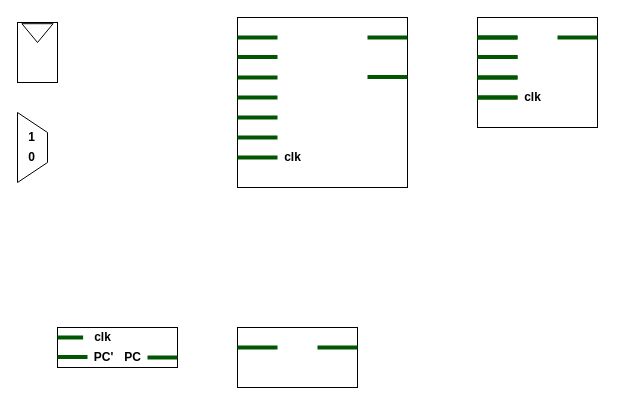
AnaMaghradze/CE475_Microprocessors keeps this draw.io diagram as single-cycle-arm-microprocessor.drawio. Above is the earlier version. Source tidied: cells renumbered, new cells numbered last; positions are measured from the earlier drawing's top-left corner, leaving out a move shared by most shapes. Both pictures are drawn from the tidied source at 100%, with x=0, y=0 at pixel (-3, 17).
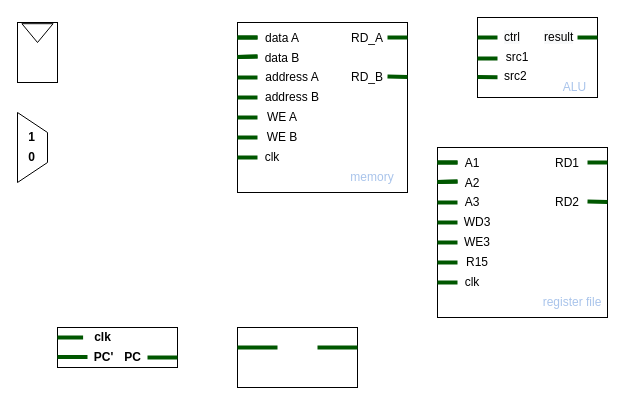
The same page after the edit.

The edit, as a diff of the source:
```diff
@@
     <mxCell id="4" style="whiteSpace=wrap;html=1;" parent="1" vertex="1">
-      <mxGeometry x="240" width="170" height="170" as="geometry" />
+      <mxGeometry x="240" y="5" width="170" height="170" as="geometry" />
     </mxCell>
     <mxCell id="5" style="endArrow=none;html=1;shadow=0;strokeColor=#005700;fillColor=#008A00;strokeWidth=4;" parent="1" edge="1">
       <mxGeometry relative="1" as="geometry">
         <mxPoint x="240" y="20.1" as="sourcePoint" />
-        <mxPoint x="280" y="20.1" as="targetPoint" />
+        <mxPoint x="260" y="20" as="targetPoint" />
       </mxGeometry>
     </mxCell>
     <mxCell id="6" style="endArrow=none;html=1;shadow=0;strokeColor=#005700;fillColor=#008A00;strokeWidth=4;" parent="1" edge="1">
       <mxGeometry relative="1" as="geometry">
         <mxPoint x="240" y="39.5" as="sourcePoint" />
-        <mxPoint x="280" y="39.5" as="targetPoint" />
+        <mxPoint x="260" y="39" as="targetPoint" />
       </mxGeometry>
     </mxCell>
-    <mxCell id="7" style="endArrow=none;html=1;shadow=0;strokeColor=#005700;fillColor=#008A00;strokeWidth=4;" parent="1" edge="1">
-      <mxGeometry relative="1" as="geometry">
-        <mxPoint x="240" y="60" as="sourcePoint" />
-        <mxPoint x="280" y="60" as="targetPoint" />
-      </mxGeometry>
-    </mxCell>
-    <mxCell id="8" style="endArrow=none;html=1;shadow=0;strokeColor=#005700;fillColor=#008A00;strokeWidth=4;" parent="1" edge="1">
-      <mxGeometry relative="1" as="geometry">
-        <mxPoint x="240" y="80" as="sourcePoint" />
-        <mxPoint x="280" y="80" as="targetPoint" />
-      </mxGeometry>
-    </mxCell>
-    <mxCell id="9" style="endArrow=none;html=1;shadow=0;strokeColor=#005700;fillColor=#008A00;strokeWidth=4;" parent="1" edge="1">
-      <mxGeometry relative="1" as="geometry">
-        <mxPoint x="240" y="100" as="sourcePoint" />
-        <mxPoint x="280" y="100" as="targetPoint" />
-      </mxGeometry>
-    </mxCell>
-    <mxCell id="10" style="endArrow=none;html=1;shadow=0;strokeColor=#005700;fillColor=#008A00;strokeWidth=4;" parent="1" edge="1">
-      <mxGeometry relative="1" as="geometry">
-        <mxPoint x="240" y="140" as="sourcePoint" />
-        <mxPoint x="280" y="140" as="targetPoint" />
-      </mxGeometry>
-    </mxCell>
-    <mxCell id="11" style="whiteSpace=wrap;html=1;" parent="1" vertex="1">
-      <mxGeometry x="240" width="170" height="170" as="geometry" />
-    </mxCell>
     <mxCell id="12" style="endArrow=none;html=1;shadow=0;strokeColor=#005700;fillColor=#008A00;strokeWidth=4;" parent="1" edge="1">
       <mxGeometry relative="1" as="geometry">
         <mxPoint x="240" y="20.1" as="sourcePoint" />
-        <mxPoint x="280" y="20.1" as="targetPoint" />
+        <mxPoint x="260" y="20" as="targetPoint" />
       </mxGeometry>
     </mxCell>
     <mxCell id="13" style="endArrow=none;html=1;shadow=0;strokeColor=#005700;fillColor=#008A00;strokeWidth=4;" parent="1" edge="1">
       <mxGeometry relative="1" as="geometry">
         <mxPoint x="240" y="39.5" as="sourcePoint" />
-        <mxPoint x="280" y="39.5" as="targetPoint" />
+        <mxPoint x="260" y="39" as="targetPoint" />
       </mxGeometry>
     </mxCell>
     <mxCell id="14" style="endArrow=none;html=1;shadow=0;strokeColor=#005700;fillColor=#008A00;strokeWidth=4;" parent="1" edge="1">
       <mxGeometry relative="1" as="geometry">
         <mxPoint x="240" y="60" as="sourcePoint" />
-        <mxPoint x="280" y="60" as="targetPoint" />
+        <mxPoint x="260" y="60" as="targetPoint" />
       </mxGeometry>
     </mxCell>
     <mxCell id="15" style="endArrow=none;html=1;shadow=0;strokeColor=#005700;fillColor=#008A00;strokeWidth=4;" parent="1" edge="1">
       <mxGeometry relative="1" as="geometry">
         <mxPoint x="240" y="80" as="sourcePoint" />
-        <mxPoint x="280" y="80" as="targetPoint" />
+        <mxPoint x="260" y="80" as="targetPoint" />
       </mxGeometry>
     </mxCell>
     <mxCell id="16" style="endArrow=none;html=1;shadow=0;strokeColor=#005700;fillColor=#008A00;strokeWidth=4;" parent="1" edge="1">
       <mxGeometry relative="1" as="geometry">
         <mxPoint x="240" y="100" as="sourcePoint" />
-        <mxPoint x="280" y="100" as="targetPoint" />
+        <mxPoint x="260" y="100" as="targetPoint" />
       </mxGeometry>
     </mxCell>
     <mxCell id="17" style="endArrow=none;html=1;shadow=0;strokeColor=#005700;fillColor=#008A00;strokeWidth=4;" parent="1" edge="1">
       <mxGeometry relative="1" as="geometry">
         <mxPoint x="240" y="140" as="sourcePoint" />
-        <mxPoint x="280" y="140" as="targetPoint" />
+        <mxPoint x="260" y="140" as="targetPoint" />
       </mxGeometry>
     </mxCell>
-    <mxCell id="18" value="&lt;b&gt;clk&lt;/b&gt;" style="text;html=1;align=center;verticalAlign=middle;fillColor=none;strokeColor=none;rounded=0;" parent="1" vertex="1">
-      <mxGeometry x="280" y="130" width="30" height="20" as="geometry" />
-    </mxCell>
     <mxCell id="19" style="endArrow=none;html=1;shadow=0;strokeColor=#005700;fillColor=#008A00;strokeWidth=4;" parent="1" edge="1">
       <mxGeometry relative="1" as="geometry">
         <mxPoint x="240" y="120" as="sourcePoint" />
-        <mxPoint x="280" y="120" as="targetPoint" />
+        <mxPoint x="260" y="120" as="targetPoint" />
       </mxGeometry>
     </mxCell>
     <mxCell id="20" style="endArrow=none;html=1;shadow=0;strokeColor=#005700;fillColor=#008A00;strokeWidth=4;" parent="1" edge="1">
       <mxGeometry relative="1" as="geometry">
-        <mxPoint x="370" y="20" as="sourcePoint" />
+        <mxPoint x="390" y="20" as="sourcePoint" />
         <mxPoint x="410" y="20" as="targetPoint" />
       </mxGeometry>
     </mxCell>
     <mxCell id="21" style="endArrow=none;html=1;shadow=0;strokeColor=#005700;fillColor=#008A00;strokeWidth=4;" parent="1" edge="1">
       <mxGeometry relative="1" as="geometry">
-        <mxPoint x="370" y="59.5" as="sourcePoint" />
+        <mxPoint x="390" y="59" as="sourcePoint" />
         <mxPoint x="410" y="59.5" as="targetPoint" />
       </mxGeometry>
     </mxCell>
@@
     <mxCell id="25" style="rounded=0;whiteSpace=wrap;html=1;" parent="1" vertex="1">
-      <mxGeometry x="480" width="120" height="110" as="geometry" />
+      <mxGeometry x="480" width="120" height="80" as="geometry" />
     </mxCell>
     <mxCell id="26" style="endArrow=none;html=1;shadow=0;strokeColor=#005700;fillColor=#008A00;strokeWidth=4;" parent="1" edge="1">
       <mxGeometry relative="1" as="geometry">
         <mxPoint x="480" y="20" as="sourcePoint" />
-        <mxPoint x="520" y="20" as="targetPoint" />
+        <mxPoint x="500" y="20" as="targetPoint" />
       </mxGeometry>
     </mxCell>
-    <mxCell id="27" style="endArrow=none;html=1;shadow=0;strokeColor=#005700;fillColor=#008A00;strokeWidth=4;" parent="1" edge="1">
-      <mxGeometry relative="1" as="geometry">
-        <mxPoint x="480" y="39.4" as="sourcePoint" />
-        <mxPoint x="520" y="39.4" as="targetPoint" />
-      </mxGeometry>
-    </mxCell>
     <mxCell id="28" style="endArrow=none;html=1;shadow=0;strokeColor=#005700;fillColor=#008A00;strokeWidth=4;" parent="1" edge="1">
       <mxGeometry relative="1" as="geometry">
-        <mxPoint x="480" y="59.9" as="sourcePoint" />
-        <mxPoint x="520" y="59.9" as="targetPoint" />
+        <mxPoint x="480" y="40.9" as="sourcePoint" />
+        <mxPoint x="500" y="41" as="targetPoint" />
       </mxGeometry>
     </mxCell>
     <mxCell id="29" style="endArrow=none;html=1;shadow=0;strokeColor=#005700;fillColor=#008A00;strokeWidth=4;" parent="1" edge="1">
       <mxGeometry relative="1" as="geometry">
-        <mxPoint x="480" y="79.9" as="sourcePoint" />
-        <mxPoint x="520" y="79.9" as="targetPoint" />
+        <mxPoint x="480" y="59.6" as="sourcePoint" />
+        <mxPoint x="500" y="59.8" as="targetPoint" />
       </mxGeometry>
     </mxCell>
-    <mxCell id="30" style="endArrow=none;html=1;shadow=0;strokeColor=#005700;fillColor=#008A00;strokeWidth=4;" parent="1" edge="1">
-      <mxGeometry relative="1" as="geometry">
-        <mxPoint x="480" y="20" as="sourcePoint" />
-        <mxPoint x="520" y="20" as="targetPoint" />
-      </mxGeometry>
-    </mxCell>
-    <mxCell id="31" style="endArrow=none;html=1;shadow=0;strokeColor=#005700;fillColor=#008A00;strokeWidth=4;" parent="1" edge="1">
-      <mxGeometry relative="1" as="geometry">
-        <mxPoint x="480" y="39.4" as="sourcePoint" />
-        <mxPoint x="520" y="39.4" as="targetPoint" />
-      </mxGeometry>
-    </mxCell>
-    <mxCell id="32" style="endArrow=none;html=1;shadow=0;strokeColor=#005700;fillColor=#008A00;strokeWidth=4;" parent="1" edge="1">
-      <mxGeometry relative="1" as="geometry">
-        <mxPoint x="480" y="59.9" as="sourcePoint" />
-        <mxPoint x="520" y="59.9" as="targetPoint" />
-      </mxGeometry>
-    </mxCell>
-    <mxCell id="33" style="endArrow=none;html=1;shadow=0;strokeColor=#005700;fillColor=#008A00;strokeWidth=4;" parent="1" edge="1">
-      <mxGeometry relative="1" as="geometry">
-        <mxPoint x="480" y="79.9" as="sourcePoint" />
-        <mxPoint x="520" y="79.9" as="targetPoint" />
-      </mxGeometry>
-    </mxCell>
     <mxCell id="34" style="endArrow=none;html=1;shadow=0;strokeColor=#005700;fillColor=#008A00;strokeWidth=4;" parent="1" edge="1">
       <mxGeometry relative="1" as="geometry">
-        <mxPoint x="560" y="20" as="sourcePoint" />
+        <mxPoint x="580" y="20" as="sourcePoint" />
         <mxPoint x="600" y="20" as="targetPoint" />
       </mxGeometry>
     </mxCell>
-    <mxCell id="35" value="&lt;b&gt;clk&lt;/b&gt;" style="text;html=1;align=center;verticalAlign=middle;fillColor=none;strokeColor=none;rounded=0;" parent="1" vertex="1">
-      <mxGeometry x="520" y="70" width="30" height="20" as="geometry" />
-    </mxCell>
@@
+    <mxCell id="46" value="data A" style="text;html=1;strokeColor=none;fillColor=none;align=center;verticalAlign=middle;whiteSpace=wrap;rounded=0;" parent="1" vertex="1">
+      <mxGeometry x="260" y="11.2" width="50" height="20" as="geometry" />
+    </mxCell>
+    <mxCell id="47" value="data B" style="text;html=1;strokeColor=none;fillColor=none;align=center;verticalAlign=middle;whiteSpace=wrap;rounded=0;" parent="1" vertex="1">
+      <mxGeometry x="260" y="31.2" width="50" height="20" as="geometry" />
+    </mxCell>
+    <mxCell id="48" value="address A" style="text;html=1;strokeColor=none;fillColor=none;align=center;verticalAlign=middle;whiteSpace=wrap;rounded=0;" parent="1" vertex="1">
+      <mxGeometry x="260" y="50" width="70" height="20" as="geometry" />
+    </mxCell>
+    <mxCell id="49" value="address B" style="text;html=1;strokeColor=none;fillColor=none;align=center;verticalAlign=middle;whiteSpace=wrap;rounded=0;" parent="1" vertex="1">
+      <mxGeometry x="260" y="70" width="70" height="20" as="geometry" />
+    </mxCell>
+    <mxCell id="50" value="WE A" style="text;html=1;strokeColor=none;fillColor=none;align=center;verticalAlign=middle;whiteSpace=wrap;rounded=0;" parent="1" vertex="1">
+      <mxGeometry x="260" y="90" width="50" height="20" as="geometry" />
+    </mxCell>
+    <mxCell id="51" value="WE B" style="text;html=1;strokeColor=none;fillColor=none;align=center;verticalAlign=middle;whiteSpace=wrap;rounded=0;" parent="1" vertex="1">
+      <mxGeometry x="260" y="110" width="50" height="20" as="geometry" />
+    </mxCell>
+    <mxCell id="52" value="clk" style="text;html=1;strokeColor=none;fillColor=none;align=center;verticalAlign=middle;whiteSpace=wrap;rounded=0;" parent="1" vertex="1">
+      <mxGeometry x="240" y="130" width="70" height="20" as="geometry" />
+    </mxCell>
+    <mxCell id="53" value="RD_A" style="text;html=1;strokeColor=none;fillColor=none;align=center;verticalAlign=middle;whiteSpace=wrap;rounded=0;" parent="1" vertex="1">
+      <mxGeometry x="350" y="11.2" width="40" height="20" as="geometry" />
+    </mxCell>
+    <mxCell id="54" value="RD_B" style="text;html=1;strokeColor=none;fillColor=none;align=center;verticalAlign=middle;whiteSpace=wrap;rounded=0;" parent="1" vertex="1">
+      <mxGeometry x="335" y="50" width="70" height="20" as="geometry" />
+    </mxCell>
+    <mxCell id="55" value="memory" style="text;html=1;strokeColor=none;fillColor=none;align=center;verticalAlign=middle;whiteSpace=wrap;rounded=0;fontColor=#A9C4EB;" parent="1" vertex="1">
+      <mxGeometry x="340" y="150" width="70" height="20" as="geometry" />
+    </mxCell>
+    <mxCell id="56" style="whiteSpace=wrap;html=1;" parent="1" vertex="1">
+      <mxGeometry x="440" y="130" width="170" height="170" as="geometry" />
+    </mxCell>
+    <mxCell id="57" style="endArrow=none;html=1;shadow=0;strokeColor=#005700;fillColor=#008A00;strokeWidth=4;" parent="1" edge="1">
+      <mxGeometry relative="1" as="geometry">
+        <mxPoint x="440" y="145.1" as="sourcePoint" />
+        <mxPoint x="460" y="145" as="targetPoint" />
+      </mxGeometry>
+    </mxCell>
+    <mxCell id="58" style="endArrow=none;html=1;shadow=0;strokeColor=#005700;fillColor=#008A00;strokeWidth=4;" parent="1" edge="1">
+      <mxGeometry relative="1" as="geometry">
+        <mxPoint x="440" y="164.5" as="sourcePoint" />
+        <mxPoint x="460" y="164" as="targetPoint" />
+      </mxGeometry>
+    </mxCell>
+    <mxCell id="59" style="endArrow=none;html=1;shadow=0;strokeColor=#005700;fillColor=#008A00;strokeWidth=4;" parent="1" edge="1">
+      <mxGeometry relative="1" as="geometry">
+        <mxPoint x="440" y="145.1" as="sourcePoint" />
+        <mxPoint x="460" y="145" as="targetPoint" />
+      </mxGeometry>
+    </mxCell>
+    <mxCell id="60" style="endArrow=none;html=1;shadow=0;strokeColor=#005700;fillColor=#008A00;strokeWidth=4;" parent="1" edge="1">
+      <mxGeometry relative="1" as="geometry">
+        <mxPoint x="440" y="164.5" as="sourcePoint" />
+        <mxPoint x="460" y="164" as="targetPoint" />
+      </mxGeometry>
+    </mxCell>
+    <mxCell id="61" style="endArrow=none;html=1;shadow=0;strokeColor=#005700;fillColor=#008A00;strokeWidth=4;" parent="1" edge="1">
+      <mxGeometry relative="1" as="geometry">
+        <mxPoint x="440" y="185" as="sourcePoint" />
+        <mxPoint x="460" y="185" as="targetPoint" />
+      </mxGeometry>
+    </mxCell>
+    <mxCell id="62" style="endArrow=none;html=1;shadow=0;strokeColor=#005700;fillColor=#008A00;strokeWidth=4;" parent="1" edge="1">
+      <mxGeometry relative="1" as="geometry">
+        <mxPoint x="440" y="205" as="sourcePoint" />
+        <mxPoint x="460" y="205" as="targetPoint" />
+      </mxGeometry>
+    </mxCell>
+    <mxCell id="63" style="endArrow=none;html=1;shadow=0;strokeColor=#005700;fillColor=#008A00;strokeWidth=4;" parent="1" edge="1">
+      <mxGeometry relative="1" as="geometry">
+        <mxPoint x="440" y="225" as="sourcePoint" />
+        <mxPoint x="460" y="225" as="targetPoint" />
+      </mxGeometry>
+    </mxCell>
+    <mxCell id="64" style="endArrow=none;html=1;shadow=0;strokeColor=#005700;fillColor=#008A00;strokeWidth=4;" parent="1" edge="1">
+      <mxGeometry relative="1" as="geometry">
+        <mxPoint x="440" y="265" as="sourcePoint" />
+        <mxPoint x="460" y="265" as="targetPoint" />
+      </mxGeometry>
+    </mxCell>
+    <mxCell id="65" style="endArrow=none;html=1;shadow=0;strokeColor=#005700;fillColor=#008A00;strokeWidth=4;" parent="1" edge="1">
+      <mxGeometry relative="1" as="geometry">
+        <mxPoint x="440" y="245" as="sourcePoint" />
+        <mxPoint x="460" y="245" as="targetPoint" />
+      </mxGeometry>
+    </mxCell>
+    <mxCell id="66" style="endArrow=none;html=1;shadow=0;strokeColor=#005700;fillColor=#008A00;strokeWidth=4;" parent="1" edge="1">
+      <mxGeometry relative="1" as="geometry">
+        <mxPoint x="590" y="145" as="sourcePoint" />
+        <mxPoint x="610" y="145" as="targetPoint" />
+      </mxGeometry>
+    </mxCell>
+    <mxCell id="67" style="endArrow=none;html=1;shadow=0;strokeColor=#005700;fillColor=#008A00;strokeWidth=4;" parent="1" edge="1">
+      <mxGeometry relative="1" as="geometry">
+        <mxPoint x="590" y="184" as="sourcePoint" />
+        <mxPoint x="610" y="184.5" as="targetPoint" />
+      </mxGeometry>
+    </mxCell>
+    <mxCell id="68" value="A1" style="text;html=1;strokeColor=none;fillColor=none;align=center;verticalAlign=middle;whiteSpace=wrap;rounded=0;" parent="1" vertex="1">
+      <mxGeometry x="460" y="136.2" width="30" height="20" as="geometry" />
+    </mxCell>
+    <mxCell id="69" value="A2" style="text;html=1;strokeColor=none;fillColor=none;align=center;verticalAlign=middle;whiteSpace=wrap;rounded=0;" parent="1" vertex="1">
+      <mxGeometry x="460" y="156.2" width="30" height="20" as="geometry" />
+    </mxCell>
+    <mxCell id="70" value="A3" style="text;html=1;strokeColor=none;fillColor=none;align=center;verticalAlign=middle;whiteSpace=wrap;rounded=0;" parent="1" vertex="1">
+      <mxGeometry x="460" y="175" width="30" height="20" as="geometry" />
+    </mxCell>
+    <mxCell id="71" value="WD3" style="text;html=1;strokeColor=none;fillColor=none;align=center;verticalAlign=middle;whiteSpace=wrap;rounded=0;" parent="1" vertex="1">
+      <mxGeometry x="460" y="195" width="40" height="20" as="geometry" />
+    </mxCell>
+    <mxCell id="72" value="WE3" style="text;html=1;strokeColor=none;fillColor=none;align=center;verticalAlign=middle;whiteSpace=wrap;rounded=0;" parent="1" vertex="1">
+      <mxGeometry x="460" y="215" width="40" height="20" as="geometry" />
+    </mxCell>
+    <mxCell id="73" value="R15" style="text;html=1;strokeColor=none;fillColor=none;align=center;verticalAlign=middle;whiteSpace=wrap;rounded=0;" parent="1" vertex="1">
+      <mxGeometry x="460" y="235" width="40" height="20" as="geometry" />
+    </mxCell>
+    <mxCell id="74" value="clk" style="text;html=1;strokeColor=none;fillColor=none;align=center;verticalAlign=middle;whiteSpace=wrap;rounded=0;" parent="1" vertex="1">
+      <mxGeometry x="440" y="255" width="70" height="20" as="geometry" />
+    </mxCell>
+    <mxCell id="75" value="RD1" style="text;html=1;strokeColor=none;fillColor=none;align=center;verticalAlign=middle;whiteSpace=wrap;rounded=0;" parent="1" vertex="1">
+      <mxGeometry x="550" y="136.2" width="40" height="20" as="geometry" />
+    </mxCell>
+    <mxCell id="76" value="RD2" style="text;html=1;strokeColor=none;fillColor=none;align=center;verticalAlign=middle;whiteSpace=wrap;rounded=0;" parent="1" vertex="1">
+      <mxGeometry x="535" y="175" width="70" height="20" as="geometry" />
+    </mxCell>
+    <mxCell id="77" value="register file" style="text;html=1;strokeColor=none;fillColor=none;align=center;verticalAlign=middle;whiteSpace=wrap;rounded=0;fontColor=#A9C4EB;" parent="1" vertex="1">
+      <mxGeometry x="540" y="275" width="70" height="20" as="geometry" />
+    </mxCell>
+    <mxCell id="78" value="ALU" style="text;html=1;strokeColor=none;fillColor=none;align=center;verticalAlign=middle;whiteSpace=wrap;rounded=0;fontColor=#A9C4EB;" parent="1" vertex="1">
+      <mxGeometry x="555" y="60" width="45" height="20" as="geometry" />
+    </mxCell>
+    <mxCell id="79" value="src1" style="text;html=1;strokeColor=none;fillColor=none;align=center;verticalAlign=middle;whiteSpace=wrap;rounded=0;" parent="1" vertex="1">
+      <mxGeometry x="500" y="30" width="40" height="20" as="geometry" />
+    </mxCell>
+    <mxCell id="80" value="&lt;div style=&quot;text-align: center&quot;&gt;&lt;span&gt;&lt;font color=&quot;#000000&quot; face=&quot;helvetica&quot;&gt;src2&lt;/font&gt;&lt;/span&gt;&lt;/div&gt;" style="text;whiteSpace=wrap;html=1;fontColor=#A9C4EB;" parent="1" vertex="1">
+      <mxGeometry x="505" y="45" width="50" height="30" as="geometry" />
+    </mxCell>
+    <mxCell id="81" value="&lt;span style=&quot;color: rgb(0 , 0 , 0) ; font-family: &amp;#34;helvetica&amp;#34; ; font-size: 12px ; font-style: normal ; font-weight: 400 ; letter-spacing: normal ; text-align: center ; text-indent: 0px ; text-transform: none ; word-spacing: 0px ; background-color: rgb(248 , 249 , 250) ; display: inline ; float: none&quot;&gt;ctrl&lt;/span&gt;" style="text;whiteSpace=wrap;html=1;fontColor=#A9C4EB;" parent="1" vertex="1">
+      <mxGeometry x="505" y="6.2" width="50" height="30" as="geometry" />
+    </mxCell>
+    <mxCell id="82" value="&lt;span style=&quot;color: rgb(0 , 0 , 0) ; font-family: &amp;#34;helvetica&amp;#34; ; font-size: 12px ; font-style: normal ; font-weight: 400 ; letter-spacing: normal ; text-align: center ; text-indent: 0px ; text-transform: none ; word-spacing: 0px ; background-color: rgb(248 , 249 , 250) ; display: inline ; float: none&quot;&gt;result&lt;/span&gt;" style="text;whiteSpace=wrap;html=1;fontColor=#A9C4EB;" parent="1" vertex="1">
+      <mxGeometry x="545" y="6.2" width="50" height="30" as="geometry" />
+    </mxCell>
```
